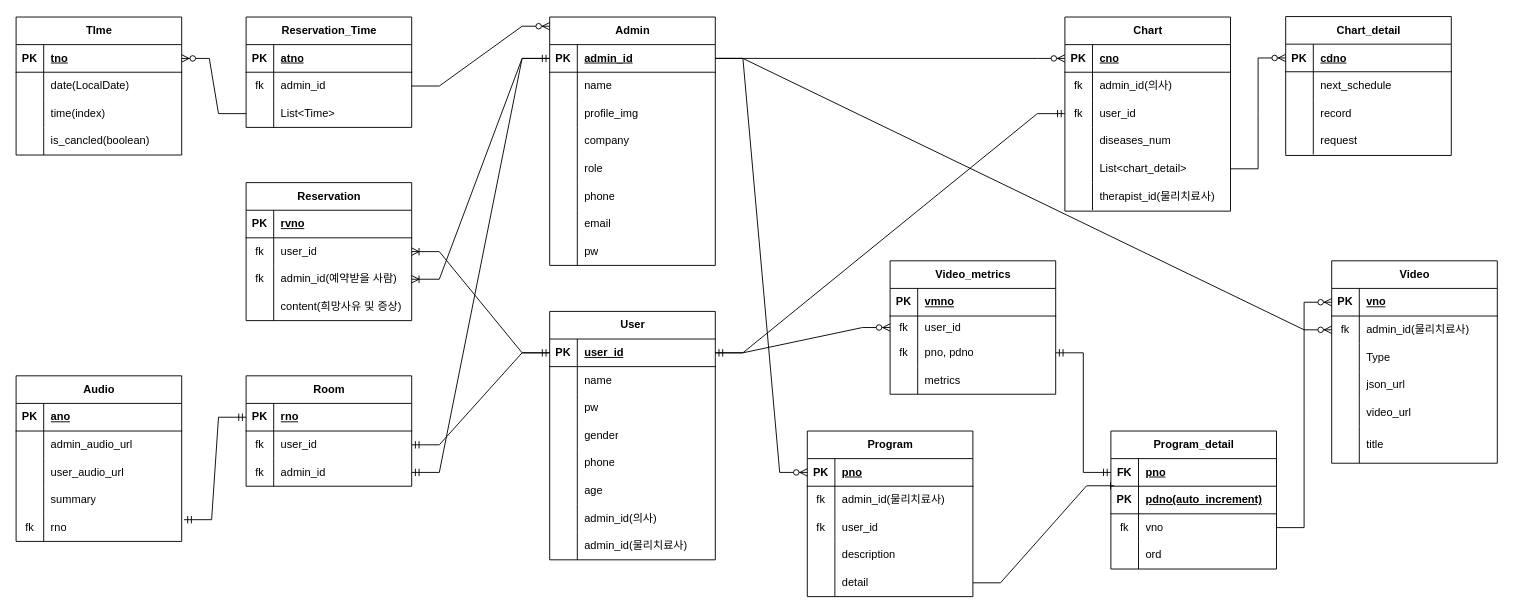
Earlier version of the draw.io diagram dbModeling.drawio (sync-without-async/Rehab-BackEnd). Source tidied: cells renumbered, new cells numbered last; positions are measured from the earlier drawing's top-left corner, leaving out a move shared by most shapes. Both pictures are drawn from the tidied source at 92%, with x=0, y=0 at pixel (16, -11).
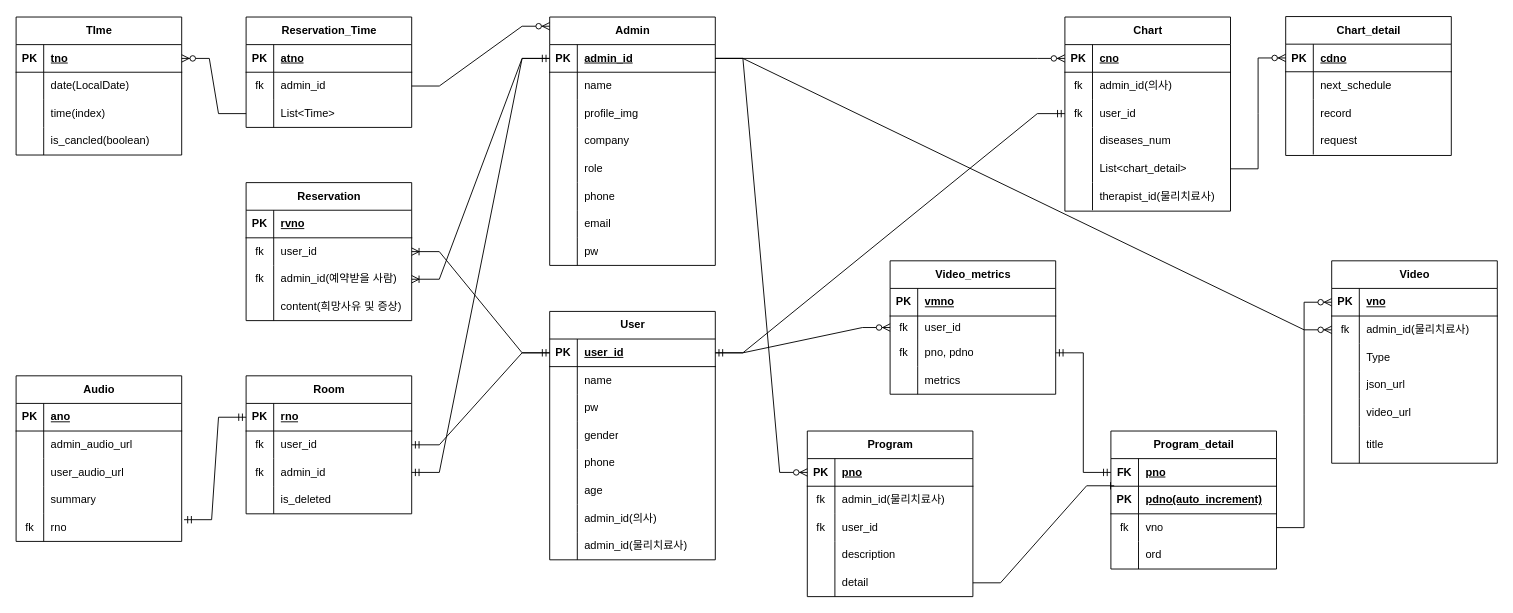
The same diagram, later.

Commit message:
feat : add column is_deleted to Room

Diff of the diagram source:
```diff
@@
     <mxCell id="153" value="Room" style="shape=table;startSize=30;childLayout=tableLayout;rowLines=0;fontStyle=1;align=center;html=1;" parent="1" vertex="1">
-      <mxGeometry x="250" y="420" width="180" height="120" as="geometry" />
+      <mxGeometry x="250" y="420" width="180" height="150" as="geometry" />
     </mxCell>
@@
+    <mxCell id="223" style="shape=tableRow;horizontal=0;startSize=0;swimlaneHead=0;swimlaneBody=0;fillColor=none;top=0;left=0;right=0;bottom=0;" parent="153" vertex="1">
+      <mxGeometry y="120" width="180" height="30" as="geometry" />
+    </mxCell>
+    <mxCell id="224" style="shape=partialRectangle;fillColor=none;top=0;left=0;bottom=0;right=0;overflow=hidden;whiteSpace=wrap;html=1;" parent="223" vertex="1">
+      <mxGeometry width="30" height="30" as="geometry" />
+    </mxCell>
+    <mxCell id="225" value="is_deleted" style="shape=partialRectangle;fillColor=none;top=0;left=0;bottom=0;right=0;align=left;spacingLeft=6;overflow=hidden;whiteSpace=wrap;html=1;" parent="223" vertex="1">
+      <mxGeometry x="30" width="150" height="30" as="geometry" />
+    </mxCell>
```
